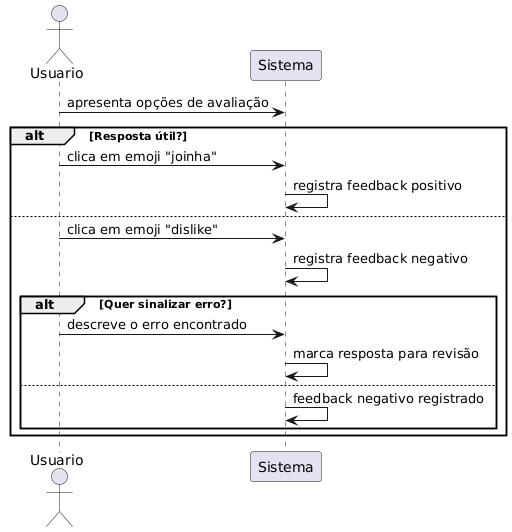
Euderlan/G4_CONSULTA_DOCUMENTOS keeps this PlantUML diagram as Diagramas/Sequência/Sequência - avaliar resposta.png. Above is the earlier version. Source of this version:
```plantuml
@startuml
actor Usuario
participant "Sistema" as Sistema

Usuario -> Sistema : apresenta opções de avaliação
alt Resposta útil?
    Usuario -> Sistema : clica em emoji "joinha"
    Sistema -> Sistema : registra feedback positivo
else
    Usuario -> Sistema : clica em emoji "dislike"
    Sistema -> Sistema : registra feedback negativo
    alt Quer sinalizar erro?
        Usuario -> Sistema : descreve o erro encontrado
        Sistema -> Sistema : marca resposta para revisão
    else
        Sistema -> Sistema : feedback negativo registrado
    end
end
@enduml
```
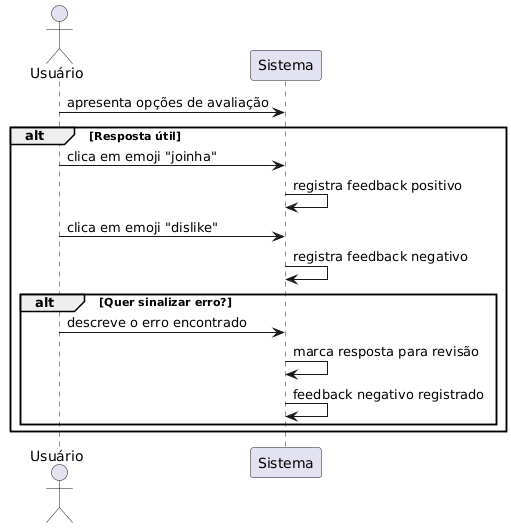
Above is the later version.

The edit, as a diff of the source:
```diff
@@ -1,19 +1,22 @@
 @startuml
-actor Usuario
-participant "Sistema" as Sistema
+actor Usuário
+participant Sistema
 
-Usuario -> Sistema : apresenta opções de avaliação
-alt Resposta útil?
-    Usuario -> Sistema : clica em emoji "joinha"
-    Sistema -> Sistema : registra feedback positivo
-else
-    Usuario -> Sistema : clica em emoji "dislike"
-    Sistema -> Sistema : registra feedback negativo
+Usuário -> Sistema: apresenta opções de avaliação
+
+alt Resposta útil
+    Usuário -> Sistema: clica em emoji "joinha"
+    Sistema -> Sistema: registra feedback positivo
+    Usuário -> Sistema: clica em emoji "dislike"
+    Sistema -> Sistema: registra feedback negativo
+
     alt Quer sinalizar erro?
-        Usuario -> Sistema : descreve o erro encontrado
-        Sistema -> Sistema : marca resposta para revisão
-    else
-        Sistema -> Sistema : feedback negativo registrado
+        Usuário -> Sistema: descreve o erro encontrado
+        Sistema -> Sistema: marca resposta para revisão
+        Sistema -> Sistema: feedback negativo registrado
     end
 end
+
+actor Usuário
+participant Sistema
 @enduml
```
